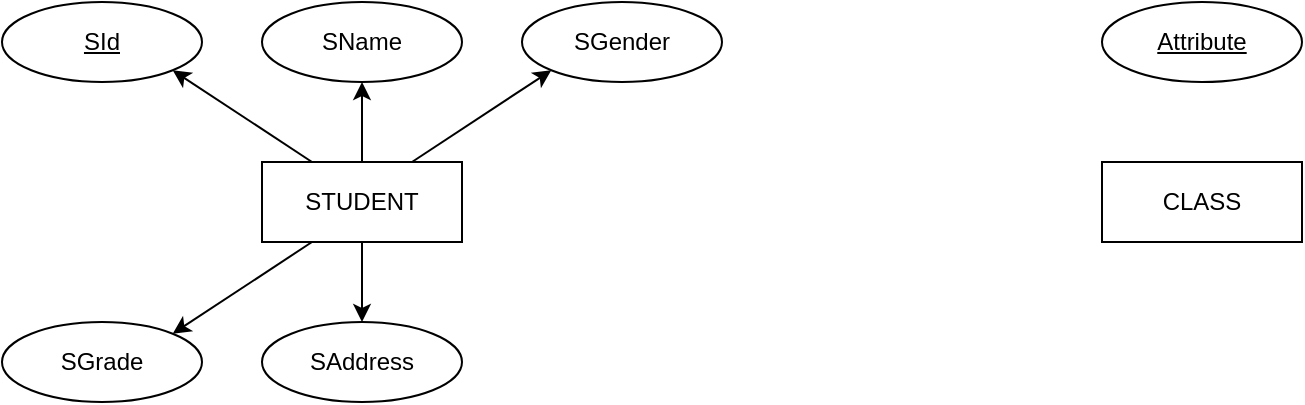
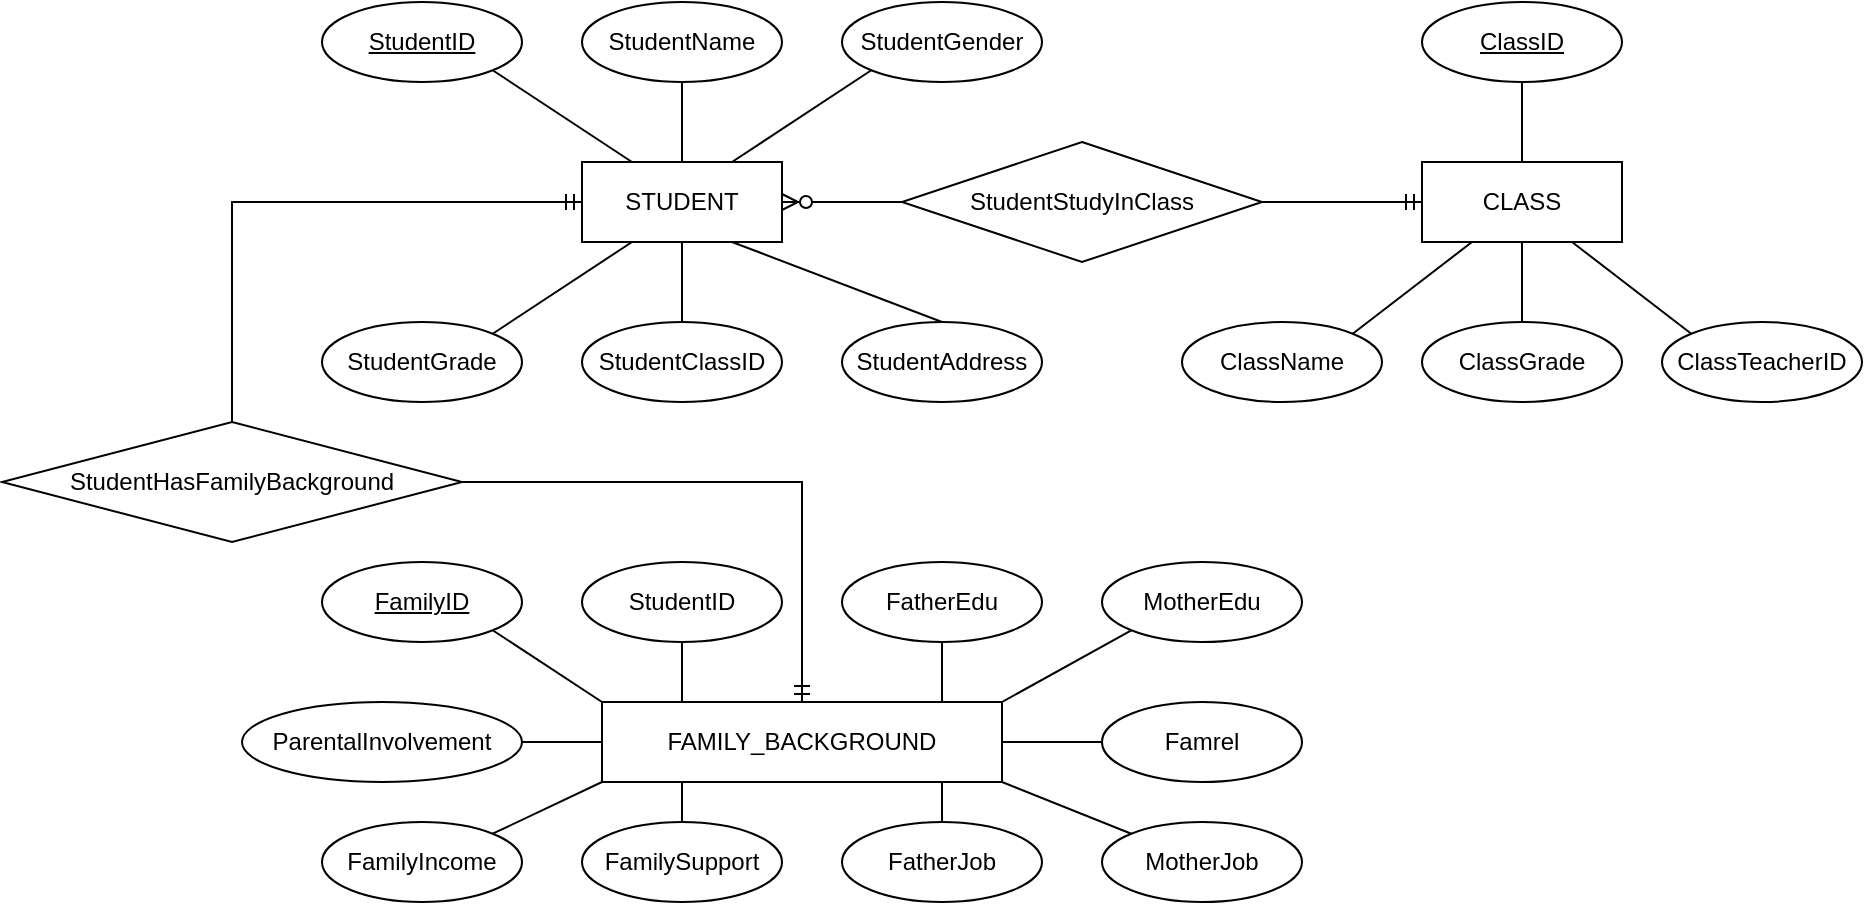
<mxfile host="Electron">
  <diagram name="第 1 页" id="IjP8tS4mIM1aKsSSyf9Y">
-     <mxGraphModel dx="887" dy="765" grid="1" gridSize="10" guides="1" tooltips="1" connect="1" arrows="1" fold="1" page="1" pageScale="1" pageWidth="1169" pageHeight="827" math="0" shadow="0">
+     <mxGraphModel dx="943" dy="813" grid="1" gridSize="10" guides="1" tooltips="1" connect="1" arrows="1" fold="1" page="1" pageScale="1" pageWidth="1169" pageHeight="827" math="0" shadow="0">
      <root>
        <mxCell id="0" />
        <mxCell id="1" parent="0" />
-         <mxCell id="Ybv-q3ljQLay6UpcNEa2-4" edge="1" parent="1" source="Ybv-q3ljQLay6UpcNEa2-1" style="rounded=0;orthogonalLoop=1;jettySize=auto;html=1;exitX=0.25;exitY=0;exitDx=0;exitDy=0;entryX=1;entryY=1;entryDx=0;entryDy=0;" target="Ybv-q3ljQLay6UpcNEa2-3">
+         <mxCell id="Ybv-q3ljQLay6UpcNEa2-4" edge="1" parent="1" source="Ybv-q3ljQLay6UpcNEa2-1" style="rounded=0;orthogonalLoop=1;jettySize=auto;html=1;exitX=0.25;exitY=0;exitDx=0;exitDy=0;entryX=1;entryY=1;entryDx=0;entryDy=0;endArrow=none;endFill=0;" target="Ybv-q3ljQLay6UpcNEa2-3">
          <mxGeometry relative="1" as="geometry" />
        </mxCell>
-         <mxCell id="Ybv-q3ljQLay6UpcNEa2-11" edge="1" parent="1" source="Ybv-q3ljQLay6UpcNEa2-1" style="edgeStyle=orthogonalEdgeStyle;rounded=0;orthogonalLoop=1;jettySize=auto;html=1;exitX=0.5;exitY=0;exitDx=0;exitDy=0;entryX=0.5;entryY=1;entryDx=0;entryDy=0;" target="Ybv-q3ljQLay6UpcNEa2-6">
+         <mxCell id="Ybv-q3ljQLay6UpcNEa2-11" edge="1" parent="1" source="Ybv-q3ljQLay6UpcNEa2-1" style="edgeStyle=orthogonalEdgeStyle;rounded=0;orthogonalLoop=1;jettySize=auto;html=1;exitX=0.5;exitY=0;exitDx=0;exitDy=0;entryX=0.5;entryY=1;entryDx=0;entryDy=0;endArrow=none;endFill=0;" target="Ybv-q3ljQLay6UpcNEa2-6">
          <mxGeometry relative="1" as="geometry" />
        </mxCell>
-         <mxCell id="Ybv-q3ljQLay6UpcNEa2-12" edge="1" parent="1" source="Ybv-q3ljQLay6UpcNEa2-1" style="rounded=0;orthogonalLoop=1;jettySize=auto;html=1;exitX=0.75;exitY=0;exitDx=0;exitDy=0;entryX=0;entryY=1;entryDx=0;entryDy=0;" target="Ybv-q3ljQLay6UpcNEa2-7">
+         <mxCell id="Ybv-q3ljQLay6UpcNEa2-12" edge="1" parent="1" source="Ybv-q3ljQLay6UpcNEa2-1" style="rounded=0;orthogonalLoop=1;jettySize=auto;html=1;exitX=0.75;exitY=0;exitDx=0;exitDy=0;entryX=0;entryY=1;entryDx=0;entryDy=0;endArrow=none;endFill=0;" target="Ybv-q3ljQLay6UpcNEa2-7">
          <mxGeometry relative="1" as="geometry" />
        </mxCell>
-         <mxCell id="Ybv-q3ljQLay6UpcNEa2-13" edge="1" parent="1" source="Ybv-q3ljQLay6UpcNEa2-1" style="edgeStyle=orthogonalEdgeStyle;rounded=0;orthogonalLoop=1;jettySize=auto;html=1;exitX=0.5;exitY=1;exitDx=0;exitDy=0;entryX=0.5;entryY=0;entryDx=0;entryDy=0;" target="Ybv-q3ljQLay6UpcNEa2-8">
+         <mxCell id="Ybv-q3ljQLay6UpcNEa2-13" edge="1" parent="1" source="Ybv-q3ljQLay6UpcNEa2-1" style="rounded=0;orthogonalLoop=1;jettySize=auto;html=1;exitX=0.75;exitY=1;exitDx=0;exitDy=0;entryX=0.5;entryY=0;entryDx=0;entryDy=0;endArrow=none;endFill=0;" target="Ybv-q3ljQLay6UpcNEa2-8">
          <mxGeometry relative="1" as="geometry" />
        </mxCell>
-         <mxCell id="Ybv-q3ljQLay6UpcNEa2-14" edge="1" parent="1" source="Ybv-q3ljQLay6UpcNEa2-1" style="rounded=0;orthogonalLoop=1;jettySize=auto;html=1;exitX=0.25;exitY=1;exitDx=0;exitDy=0;entryX=1;entryY=0;entryDx=0;entryDy=0;" target="Ybv-q3ljQLay6UpcNEa2-10">
+         <mxCell id="Ybv-q3ljQLay6UpcNEa2-14" edge="1" parent="1" source="Ybv-q3ljQLay6UpcNEa2-1" style="rounded=0;orthogonalLoop=1;jettySize=auto;html=1;exitX=0.25;exitY=1;exitDx=0;exitDy=0;entryX=1;entryY=0;entryDx=0;entryDy=0;endArrow=none;endFill=0;" target="Ybv-q3ljQLay6UpcNEa2-10">
+           <mxGeometry relative="1" as="geometry" />
+         </mxCell>
+         <mxCell id="Ybv-q3ljQLay6UpcNEa2-22" edge="1" parent="1" source="Ybv-q3ljQLay6UpcNEa2-1" style="edgeStyle=orthogonalEdgeStyle;rounded=0;orthogonalLoop=1;jettySize=auto;html=1;exitX=0.5;exitY=1;exitDx=0;exitDy=0;entryX=0.5;entryY=0;entryDx=0;entryDy=0;endArrow=none;endFill=0;" target="Ybv-q3ljQLay6UpcNEa2-21">
          <mxGeometry relative="1" as="geometry" />
        </mxCell>
        <mxCell id="Ybv-q3ljQLay6UpcNEa2-1" parent="1" style="whiteSpace=wrap;html=1;align=center;" value="STUDENT" vertex="1">
-           <mxGeometry height="40" width="100" x="210" y="300" as="geometry" />
+           <mxGeometry height="40" width="100" x="330" y="280" as="geometry" />
        </mxCell>
-         <mxCell id="Ybv-q3ljQLay6UpcNEa2-3" parent="1" style="ellipse;whiteSpace=wrap;html=1;align=center;fontStyle=4;" value="SId" vertex="1">
-           <mxGeometry height="40" width="100" x="80" y="220" as="geometry" />
+         <mxCell id="Ybv-q3ljQLay6UpcNEa2-3" parent="1" style="ellipse;whiteSpace=wrap;html=1;align=center;fontStyle=4;" value="StudentID" vertex="1">
+           <mxGeometry height="40" width="100" x="200" y="200" as="geometry" />
        </mxCell>
-         <mxCell id="Ybv-q3ljQLay6UpcNEa2-6" parent="1" style="ellipse;whiteSpace=wrap;html=1;align=center;" value="SName" vertex="1">
-           <mxGeometry height="40" width="100" x="210" y="220" as="geometry" />
+         <mxCell id="Ybv-q3ljQLay6UpcNEa2-6" parent="1" style="ellipse;whiteSpace=wrap;html=1;align=center;" value="StudentName" vertex="1">
+           <mxGeometry height="40" width="100" x="330" y="200" as="geometry" />
        </mxCell>
-         <mxCell id="Ybv-q3ljQLay6UpcNEa2-7" parent="1" style="ellipse;whiteSpace=wrap;html=1;align=center;" value="SGender" vertex="1">
-           <mxGeometry height="40" width="100" x="340" y="220" as="geometry" />
+         <mxCell id="Ybv-q3ljQLay6UpcNEa2-7" parent="1" style="ellipse;whiteSpace=wrap;html=1;align=center;" value="StudentGender" vertex="1">
+           <mxGeometry height="40" width="100" x="460" y="200" as="geometry" />
        </mxCell>
-         <mxCell id="Ybv-q3ljQLay6UpcNEa2-8" parent="1" style="ellipse;whiteSpace=wrap;html=1;align=center;" value="SAddress" vertex="1">
-           <mxGeometry height="40" width="100" x="210" y="380" as="geometry" />
+         <mxCell id="Ybv-q3ljQLay6UpcNEa2-8" parent="1" style="ellipse;whiteSpace=wrap;html=1;align=center;" value="StudentAddress" vertex="1">
+           <mxGeometry height="40" width="100" x="460" y="360" as="geometry" />
        </mxCell>
-         <mxCell id="Ybv-q3ljQLay6UpcNEa2-10" parent="1" style="ellipse;whiteSpace=wrap;html=1;align=center;" value="SGrade" vertex="1">
-           <mxGeometry height="40" width="100" x="80" y="380" as="geometry" />
+         <mxCell id="Ybv-q3ljQLay6UpcNEa2-10" parent="1" style="ellipse;whiteSpace=wrap;html=1;align=center;" value="StudentGrade" vertex="1">
+           <mxGeometry height="40" width="100" x="200" y="360" as="geometry" />
+         </mxCell>
+         <mxCell id="Ybv-q3ljQLay6UpcNEa2-26" edge="1" parent="1" source="Ybv-q3ljQLay6UpcNEa2-15" style="rounded=0;orthogonalLoop=1;jettySize=auto;html=1;exitX=0.25;exitY=1;exitDx=0;exitDy=0;entryX=1;entryY=0;entryDx=0;entryDy=0;endArrow=none;endFill=0;" target="Ybv-q3ljQLay6UpcNEa2-25">
+           <mxGeometry relative="1" as="geometry" />
+         </mxCell>
+         <mxCell id="Ybv-q3ljQLay6UpcNEa2-27" edge="1" parent="1" source="Ybv-q3ljQLay6UpcNEa2-15" style="edgeStyle=orthogonalEdgeStyle;rounded=0;orthogonalLoop=1;jettySize=auto;html=1;exitX=0.5;exitY=1;exitDx=0;exitDy=0;entryX=0.5;entryY=0;entryDx=0;entryDy=0;endArrow=none;endFill=0;" target="Ybv-q3ljQLay6UpcNEa2-23">
+           <mxGeometry relative="1" as="geometry" />
+         </mxCell>
+         <mxCell id="Ybv-q3ljQLay6UpcNEa2-28" edge="1" parent="1" source="Ybv-q3ljQLay6UpcNEa2-15" style="rounded=0;orthogonalLoop=1;jettySize=auto;html=1;exitX=0.75;exitY=1;exitDx=0;exitDy=0;entryX=0;entryY=0;entryDx=0;entryDy=0;endArrow=none;endFill=0;" target="Ybv-q3ljQLay6UpcNEa2-24">
+           <mxGeometry relative="1" as="geometry" />
+         </mxCell>
+         <mxCell id="Ybv-q3ljQLay6UpcNEa2-29" edge="1" parent="1" source="Ybv-q3ljQLay6UpcNEa2-15" style="edgeStyle=orthogonalEdgeStyle;rounded=0;orthogonalLoop=1;jettySize=auto;html=1;exitX=0.5;exitY=0;exitDx=0;exitDy=0;entryX=0.5;entryY=1;entryDx=0;entryDy=0;endArrow=none;endFill=0;" target="Ybv-q3ljQLay6UpcNEa2-16">
+           <mxGeometry relative="1" as="geometry" />
        </mxCell>
        <mxCell id="Ybv-q3ljQLay6UpcNEa2-15" parent="1" style="whiteSpace=wrap;html=1;align=center;" value="CLASS" vertex="1">
-           <mxGeometry height="40" width="100" x="630" y="300" as="geometry" />
+           <mxGeometry height="40" width="100" x="750" y="280" as="geometry" />
        </mxCell>
-         <mxCell id="Ybv-q3ljQLay6UpcNEa2-16" parent="1" style="ellipse;whiteSpace=wrap;html=1;align=center;fontStyle=4;" value="Attribute" vertex="1">
-           <mxGeometry height="40" width="100" x="630" y="220" as="geometry" />
+         <mxCell id="Ybv-q3ljQLay6UpcNEa2-16" parent="1" style="ellipse;whiteSpace=wrap;html=1;align=center;fontStyle=4;" value="ClassID" vertex="1">
+           <mxGeometry height="40" width="100" x="750" y="200" as="geometry" />
+         </mxCell>
+         <mxCell id="Ybv-q3ljQLay6UpcNEa2-21" parent="1" style="ellipse;whiteSpace=wrap;html=1;align=center;" value="StudentClassID" vertex="1">
+           <mxGeometry height="40" width="100" x="330" y="360" as="geometry" />
+         </mxCell>
+         <mxCell id="Ybv-q3ljQLay6UpcNEa2-23" parent="1" style="ellipse;whiteSpace=wrap;html=1;align=center;" value="ClassGrade" vertex="1">
+           <mxGeometry height="40" width="100" x="750" y="360" as="geometry" />
+         </mxCell>
+         <mxCell id="Ybv-q3ljQLay6UpcNEa2-24" parent="1" style="ellipse;whiteSpace=wrap;html=1;align=center;" value="ClassTeacherID" vertex="1">
+           <mxGeometry height="40" width="100" x="870" y="360" as="geometry" />
+         </mxCell>
+         <mxCell id="Ybv-q3ljQLay6UpcNEa2-25" parent="1" style="ellipse;whiteSpace=wrap;html=1;align=center;" value="ClassName" vertex="1">
+           <mxGeometry height="40" width="100" x="630" y="360" as="geometry" />
+         </mxCell>
+         <mxCell id="Ybv-q3ljQLay6UpcNEa2-46" edge="1" parent="1" source="Ybv-q3ljQLay6UpcNEa2-30" style="edgeStyle=orthogonalEdgeStyle;rounded=0;orthogonalLoop=1;jettySize=auto;html=1;exitX=0;exitY=0.5;exitDx=0;exitDy=0;entryX=1;entryY=0.5;entryDx=0;entryDy=0;endArrow=none;endFill=0;" target="Ybv-q3ljQLay6UpcNEa2-42">
+           <mxGeometry relative="1" as="geometry" />
+         </mxCell>
+         <mxCell id="Ybv-q3ljQLay6UpcNEa2-47" edge="1" parent="1" source="Ybv-q3ljQLay6UpcNEa2-30" style="rounded=0;orthogonalLoop=1;jettySize=auto;html=1;exitX=0;exitY=0;exitDx=0;exitDy=0;entryX=1;entryY=1;entryDx=0;entryDy=0;endArrow=none;endFill=0;" target="Ybv-q3ljQLay6UpcNEa2-31">
+           <mxGeometry relative="1" as="geometry" />
+         </mxCell>
+         <mxCell id="Ybv-q3ljQLay6UpcNEa2-48" edge="1" parent="1" source="Ybv-q3ljQLay6UpcNEa2-30" style="edgeStyle=orthogonalEdgeStyle;rounded=0;orthogonalLoop=1;jettySize=auto;html=1;exitX=0.25;exitY=0;exitDx=0;exitDy=0;entryX=0.5;entryY=1;entryDx=0;entryDy=0;endArrow=none;endFill=0;" target="Ybv-q3ljQLay6UpcNEa2-34">
+           <mxGeometry relative="1" as="geometry" />
+         </mxCell>
+         <mxCell id="Ybv-q3ljQLay6UpcNEa2-49" edge="1" parent="1" source="Ybv-q3ljQLay6UpcNEa2-30" style="edgeStyle=orthogonalEdgeStyle;rounded=0;orthogonalLoop=1;jettySize=auto;html=1;exitX=0.75;exitY=0;exitDx=0;exitDy=0;entryX=0.5;entryY=1;entryDx=0;entryDy=0;endArrow=none;endFill=0;" target="Ybv-q3ljQLay6UpcNEa2-35">
+           <mxGeometry relative="1" as="geometry" />
+         </mxCell>
+         <mxCell id="Ybv-q3ljQLay6UpcNEa2-50" edge="1" parent="1" source="Ybv-q3ljQLay6UpcNEa2-30" style="rounded=0;orthogonalLoop=1;jettySize=auto;html=1;exitX=1;exitY=0;exitDx=0;exitDy=0;entryX=0;entryY=1;entryDx=0;entryDy=0;endArrow=none;endFill=0;" target="Ybv-q3ljQLay6UpcNEa2-37">
+           <mxGeometry relative="1" as="geometry" />
+         </mxCell>
+         <mxCell id="Ybv-q3ljQLay6UpcNEa2-51" edge="1" parent="1" source="Ybv-q3ljQLay6UpcNEa2-30" style="edgeStyle=orthogonalEdgeStyle;rounded=0;orthogonalLoop=1;jettySize=auto;html=1;exitX=1;exitY=0.5;exitDx=0;exitDy=0;entryX=0;entryY=0.5;entryDx=0;entryDy=0;endArrow=none;endFill=0;" target="Ybv-q3ljQLay6UpcNEa2-44">
+           <mxGeometry relative="1" as="geometry" />
+         </mxCell>
+         <mxCell id="Ybv-q3ljQLay6UpcNEa2-52" edge="1" parent="1" source="Ybv-q3ljQLay6UpcNEa2-30" style="rounded=0;orthogonalLoop=1;jettySize=auto;html=1;exitX=1;exitY=1;exitDx=0;exitDy=0;entryX=0;entryY=0;entryDx=0;entryDy=0;endArrow=none;endFill=0;" target="Ybv-q3ljQLay6UpcNEa2-39">
+           <mxGeometry relative="1" as="geometry" />
+         </mxCell>
+         <mxCell id="Ybv-q3ljQLay6UpcNEa2-53" edge="1" parent="1" source="Ybv-q3ljQLay6UpcNEa2-30" style="edgeStyle=orthogonalEdgeStyle;rounded=0;orthogonalLoop=1;jettySize=auto;html=1;exitX=0.75;exitY=1;exitDx=0;exitDy=0;entryX=0.5;entryY=0;entryDx=0;entryDy=0;endArrow=none;endFill=0;" target="Ybv-q3ljQLay6UpcNEa2-38">
+           <mxGeometry relative="1" as="geometry" />
+         </mxCell>
+         <mxCell id="Ybv-q3ljQLay6UpcNEa2-54" edge="1" parent="1" source="Ybv-q3ljQLay6UpcNEa2-30" style="edgeStyle=orthogonalEdgeStyle;rounded=0;orthogonalLoop=1;jettySize=auto;html=1;exitX=0.25;exitY=1;exitDx=0;exitDy=0;entryX=0.5;entryY=0;entryDx=0;entryDy=0;endArrow=none;endFill=0;" target="Ybv-q3ljQLay6UpcNEa2-41">
+           <mxGeometry relative="1" as="geometry" />
+         </mxCell>
+         <mxCell id="Ybv-q3ljQLay6UpcNEa2-55" edge="1" parent="1" source="Ybv-q3ljQLay6UpcNEa2-30" style="rounded=0;orthogonalLoop=1;jettySize=auto;html=1;exitX=0;exitY=1;exitDx=0;exitDy=0;entryX=1;entryY=0;entryDx=0;entryDy=0;endArrow=none;endFill=0;" target="Ybv-q3ljQLay6UpcNEa2-40">
+           <mxGeometry relative="1" as="geometry" />
+         </mxCell>
+         <mxCell id="Ybv-q3ljQLay6UpcNEa2-30" parent="1" style="whiteSpace=wrap;html=1;align=center;" value="FAMILY_BACKGROUND" vertex="1">
+           <mxGeometry height="40" width="200" x="340" y="550" as="geometry" />
+         </mxCell>
+         <mxCell id="Ybv-q3ljQLay6UpcNEa2-31" parent="1" style="ellipse;whiteSpace=wrap;html=1;align=center;fontStyle=4;" value="FamilyID" vertex="1">
+           <mxGeometry height="40" width="100" x="200" y="480" as="geometry" />
+         </mxCell>
+         <mxCell id="Ybv-q3ljQLay6UpcNEa2-34" parent="1" style="ellipse;whiteSpace=wrap;html=1;align=center;" value="StudentID" vertex="1">
+           <mxGeometry height="40" width="100" x="330" y="480" as="geometry" />
+         </mxCell>
+         <mxCell id="Ybv-q3ljQLay6UpcNEa2-35" parent="1" style="ellipse;whiteSpace=wrap;html=1;align=center;" value="FatherEdu" vertex="1">
+           <mxGeometry height="40" width="100" x="460" y="480" as="geometry" />
+         </mxCell>
+         <mxCell id="Ybv-q3ljQLay6UpcNEa2-37" parent="1" style="ellipse;whiteSpace=wrap;html=1;align=center;" value="MotherEdu" vertex="1">
+           <mxGeometry height="40" width="100" x="590" y="480" as="geometry" />
+         </mxCell>
+         <mxCell id="Ybv-q3ljQLay6UpcNEa2-38" parent="1" style="ellipse;whiteSpace=wrap;html=1;align=center;" value="FatherJob" vertex="1">
+           <mxGeometry height="40" width="100" x="460" y="610" as="geometry" />
+         </mxCell>
+         <mxCell id="Ybv-q3ljQLay6UpcNEa2-39" parent="1" style="ellipse;whiteSpace=wrap;html=1;align=center;" value="MotherJob" vertex="1">
+           <mxGeometry height="40" width="100" x="590" y="610" as="geometry" />
+         </mxCell>
+         <mxCell id="Ybv-q3ljQLay6UpcNEa2-40" parent="1" style="ellipse;whiteSpace=wrap;html=1;align=center;" value="FamilyIncome" vertex="1">
+           <mxGeometry height="40" width="100" x="200" y="610" as="geometry" />
+         </mxCell>
+         <mxCell id="Ybv-q3ljQLay6UpcNEa2-41" parent="1" style="ellipse;whiteSpace=wrap;html=1;align=center;" value="FamilySupport" vertex="1">
+           <mxGeometry height="40" width="100" x="330" y="610" as="geometry" />
+         </mxCell>
+         <mxCell id="Ybv-q3ljQLay6UpcNEa2-42" parent="1" style="ellipse;whiteSpace=wrap;html=1;align=center;" value="ParentalInvolvement" vertex="1">
+           <mxGeometry height="40" width="140" x="160" y="550" as="geometry" />
+         </mxCell>
+         <mxCell id="Ybv-q3ljQLay6UpcNEa2-44" parent="1" style="ellipse;whiteSpace=wrap;html=1;align=center;" value="Famrel" vertex="1">
+           <mxGeometry height="40" width="100" x="590" y="550" as="geometry" />
+         </mxCell>
+         <mxCell id="Ybv-q3ljQLay6UpcNEa2-56" edge="1" parent="1" source="Ybv-q3ljQLay6UpcNEa2-58" style="edgeStyle=entityRelationEdgeStyle;fontSize=12;html=1;endArrow=ERmandOne;startArrow=none;rounded=0;endFill=0;exitX=1;exitY=0.5;exitDx=0;exitDy=0;entryX=0;entryY=0.5;entryDx=0;entryDy=0;startFill=0;" target="Ybv-q3ljQLay6UpcNEa2-15" value="">
+           <mxGeometry height="100" relative="1" width="100" as="geometry">
+             <mxPoint x="560" y="350" as="sourcePoint" />
+             <mxPoint x="660" y="250" as="targetPoint" />
+           </mxGeometry>
+         </mxCell>
+         <mxCell id="Ybv-q3ljQLay6UpcNEa2-57" edge="1" parent="1" source="Ybv-q3ljQLay6UpcNEa2-1" style="edgeStyle=entityRelationEdgeStyle;fontSize=12;html=1;endArrow=none;startArrow=ERzeroToMany;rounded=0;endFill=0;exitX=1;exitY=0.5;exitDx=0;exitDy=0;entryX=0;entryY=0.5;entryDx=0;entryDy=0;" target="Ybv-q3ljQLay6UpcNEa2-58" value="">
+           <mxGeometry height="100" relative="1" width="100" as="geometry">
+             <mxPoint x="430" y="300" as="sourcePoint" />
+             <mxPoint x="750" y="300" as="targetPoint" />
+           </mxGeometry>
+         </mxCell>
+         <mxCell id="Ybv-q3ljQLay6UpcNEa2-58" parent="1" style="shape=rhombus;perimeter=rhombusPerimeter;whiteSpace=wrap;html=1;align=center;" value="StudentStudyInClass" vertex="1">
+           <mxGeometry height="60" width="180" x="490" y="270" as="geometry" />
+         </mxCell>
+         <mxCell id="Ybv-q3ljQLay6UpcNEa2-59" edge="1" parent="1" source="Ybv-q3ljQLay6UpcNEa2-61" style="edgeStyle=orthogonalEdgeStyle;fontSize=12;html=1;endArrow=ERmandOne;endFill=0;startArrow=none;rounded=0;entryX=0.5;entryY=0;entryDx=0;entryDy=0;exitX=1;exitY=0.5;exitDx=0;exitDy=0;startFill=0;" target="Ybv-q3ljQLay6UpcNEa2-30" value="">
+           <mxGeometry height="100" relative="1" width="100" as="geometry">
+             <mxPoint x="400" y="480" as="sourcePoint" />
+             <mxPoint x="500" y="380" as="targetPoint" />
+           </mxGeometry>
+         </mxCell>
+         <mxCell id="Ybv-q3ljQLay6UpcNEa2-60" edge="1" parent="1" source="Ybv-q3ljQLay6UpcNEa2-1" style="edgeStyle=orthogonalEdgeStyle;fontSize=12;html=1;endArrow=none;endFill=0;startArrow=ERmandOne;rounded=0;entryX=0.5;entryY=0;entryDx=0;entryDy=0;exitX=0;exitY=0.5;exitDx=0;exitDy=0;startFill=0;" target="Ybv-q3ljQLay6UpcNEa2-61" value="">
+           <mxGeometry height="100" relative="1" width="100" as="geometry">
+             <mxPoint x="330" y="300" as="sourcePoint" />
+             <mxPoint x="440" y="570" as="targetPoint" />
+           </mxGeometry>
+         </mxCell>
+         <mxCell id="Ybv-q3ljQLay6UpcNEa2-61" parent="1" style="shape=rhombus;perimeter=rhombusPerimeter;whiteSpace=wrap;html=1;align=center;" value="StudentHasFamilyBackground" vertex="1">
+           <mxGeometry height="60" width="230" x="40" y="410" as="geometry" />
        </mxCell>
      </root>
    </mxGraphModel>
  </diagram>
</mxfile>
